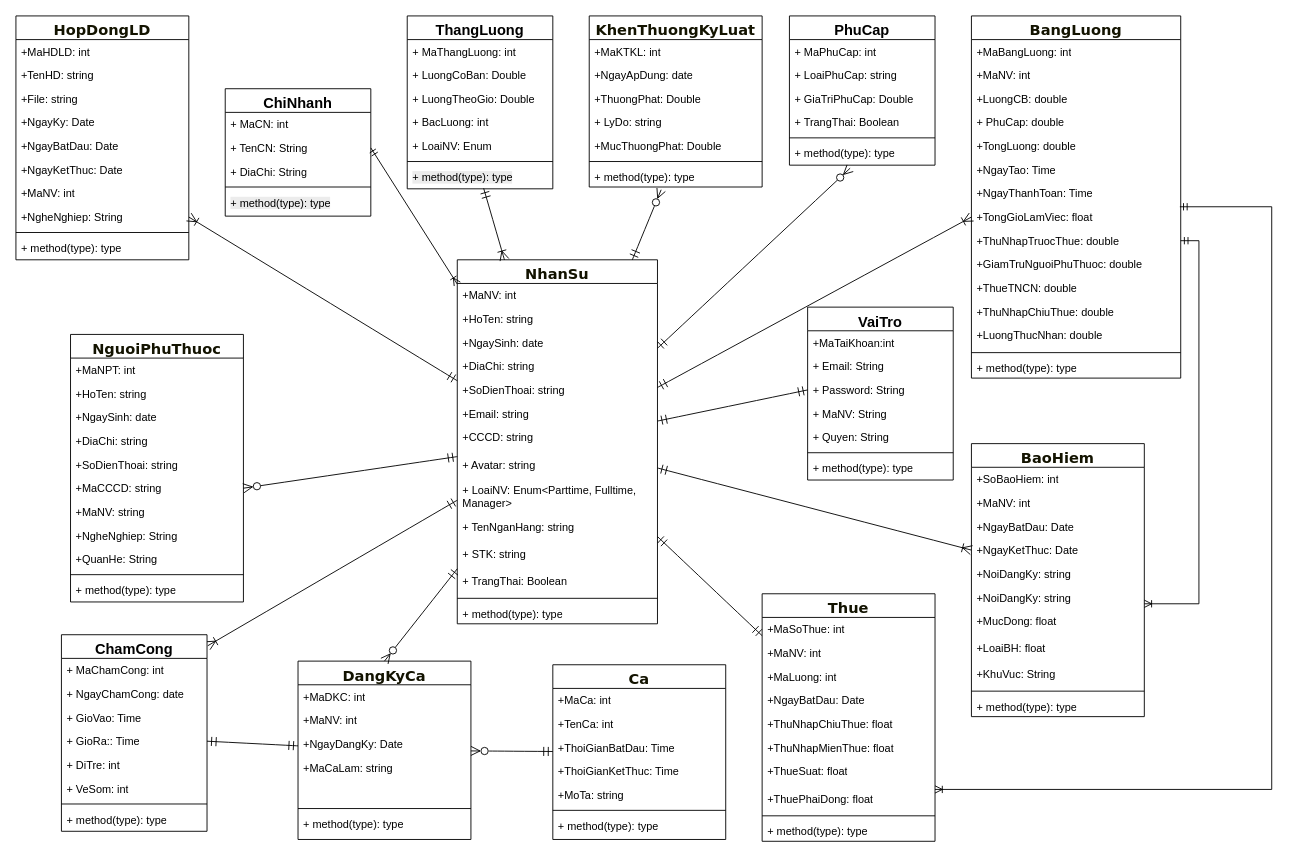
Earlier version of the draw.io diagram Biểu đồ không có tiêu đề.drawio (NguyenMint/LVTN). Source tidied: cells renumbered, new cells numbered last; positions are measured from the earlier drawing's top-left corner, leaving out a move shared by most shapes. Both pictures are drawn from the tidied source at 91%, with x=0, y=0 at pixel (15, 15).
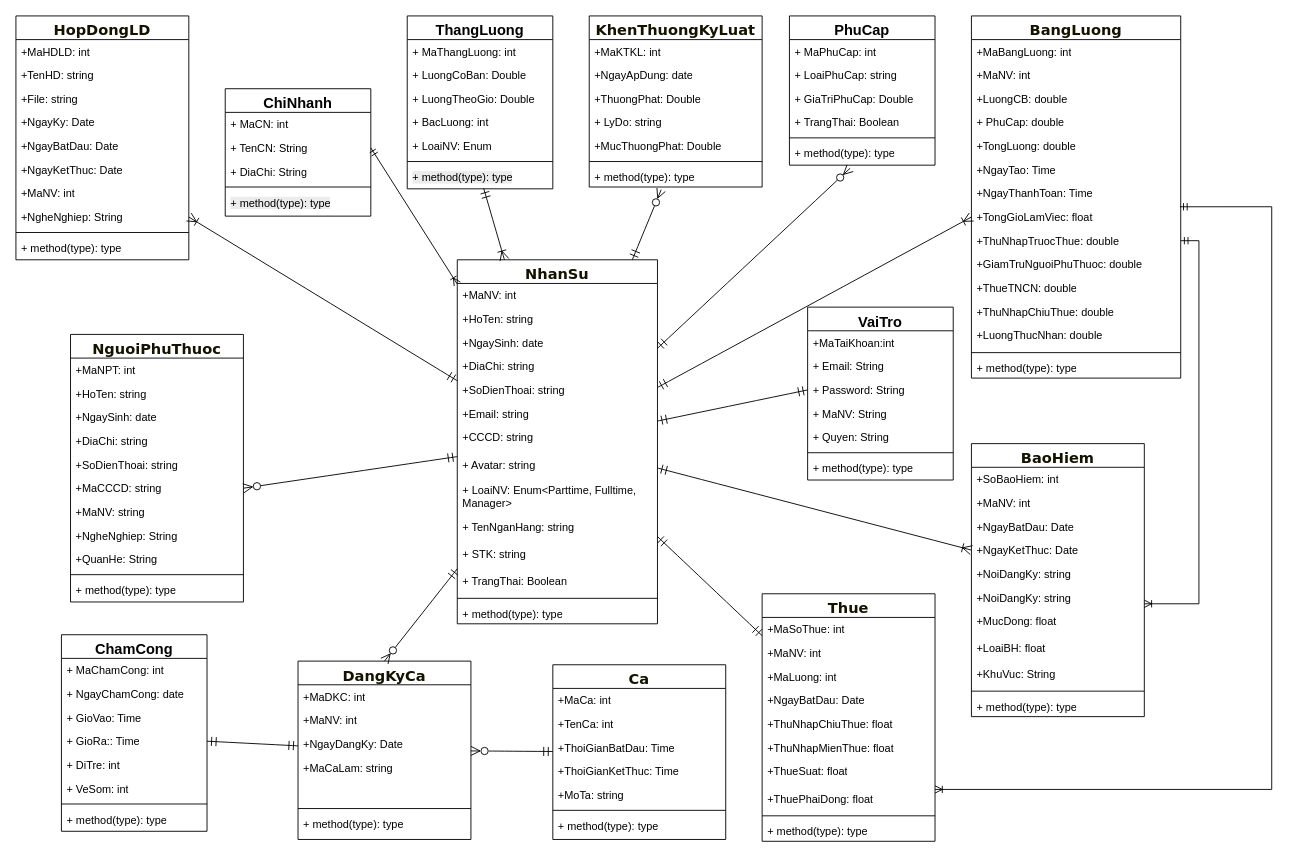
The same diagram, later.

Commit message (it also covers changes not shown here):
Cập nhật Biểu đồ không có tiêu đề.drawio

The change refers to these unchanged cells:
```xml
<mxCell id="7" value="&lt;span style=&quot;color: rgb(19, 19, 0); font-family: &amp;quot;trebuchet ms&amp;quot;, verdana, arial, sans-serif; font-size: 16px; text-wrap-mode: nowrap;&quot;&gt;NhanSu&lt;/span&gt;" style="swimlane;fontStyle=1;align=center;verticalAlign=top;horizontal=1;startSize=26;whiteSpace=wrap;html=1;swimlaneLine=1;" parent="1" vertex="1">
  <mxGeometry x="485" y="268" width="220" height="400" as="geometry" />
</mxCell>
<mxCell id="126" value="&lt;font style=&quot;font-size: 16px;&quot;&gt;ChamCong&lt;/font&gt;" style="swimlane;fontStyle=1;align=center;verticalAlign=top;horizontal=1;startSize=26;whiteSpace=wrap;html=1;" parent="1" vertex="1">
  <mxGeometry x="50" y="680" width="160" height="216" as="geometry" />
</mxCell>
```

Change to the diagram source:
```diff
@@
-    <mxCell id="5" style="edgeStyle=none;curved=1;rounded=0;jettySize=auto;html=1;entryX=1.005;entryY=0.056;entryDx=0;entryDy=0;fontSize=12;startSize=8;endSize=8;endArrow=ERoneToMany;endFill=0;startArrow=ERmandOne;startFill=0;entryPerimeter=0;" parent="1" edge="1" source="7" target="126">
-      <mxGeometry relative="1" as="geometry" />
-    </mxCell>
```
